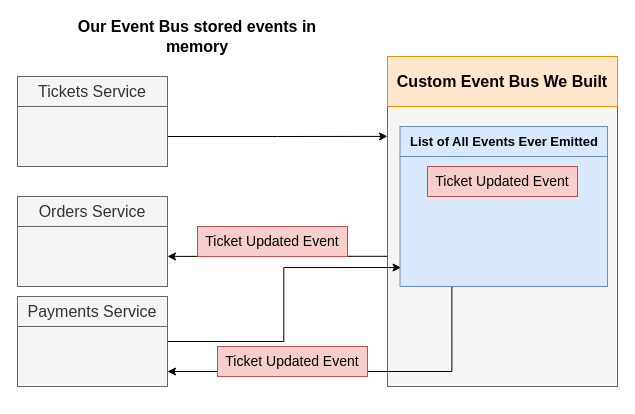
Above: page "05 - store" (10 of 19) of diagrams/05/11.drawio in HappySuzuki/microservices-cast (draw.io), before the change. Source tidied: cells renumbered, new cells numbered last; positions are measured from the earlier drawing's top-left corner, leaving out a move shared by most shapes. Both pictures are drawn from the tidied source at 100%, with x=0, y=0 at pixel (17, 26).
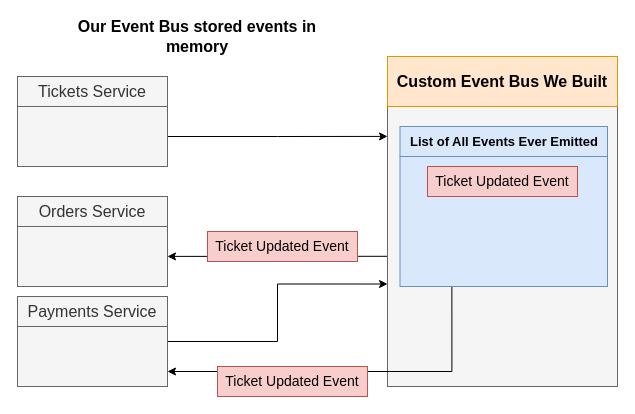
The same page after the edit.

Unchanged cells that the change refers to:
```xml
<mxCell id="6" style="rounded=0;whiteSpace=wrap;html=1;fillColor=#f5f5f5;strokeColor=#666666;fontColor=#333333;" parent="1" vertex="1">
  <mxGeometry x="370" y="80" width="230" height="280" as="geometry" />
</mxCell>
<mxCell id="13" style="rounded=0;whiteSpace=wrap;html=1;fillColor=#f5f5f5;strokeColor=#666666;fontColor=#333333;" parent="1" vertex="1">
  <mxGeometry y="300" width="150" height="60" as="geometry" />
</mxCell>
<mxCell id="17" style="rounded=0;whiteSpace=wrap;html=1;fontSize=13;align=center;fillColor=#dae8fc;strokeColor=#6c8ebf;fontStyle=1;" parent="1" vertex="1">
  <mxGeometry x="382.5" y="130" width="207.5" height="130" as="geometry" />
</mxCell>
```

What changed in the source:
```diff
@@
-    <mxCell id="9" value="Ticket Updated Event" style="rounded=0;whiteSpace=wrap;html=1;fontSize=14;fillColor=#f8cecc;strokeColor=#b85450;fontStyle=0;" parent="1" vertex="1">
-      <mxGeometry x="180" y="200" width="150" height="30" as="geometry" />
-    </mxCell>
@@
-    <mxCell id="12" style="edgeStyle=orthogonalEdgeStyle;rounded=0;jettySize=auto;html=1;exitX=1;exitY=0.25;exitDx=0;exitDy=0;entryX=0.005;entryY=0.854;entryDx=0;entryDy=0;entryPerimeter=0;fontSize=13;" parent="1" edge="1" source="13" target="17">
-      <mxGeometry relative="1" as="geometry" />
-    </mxCell>
+    <mxCell id="20" style="edgeStyle=orthogonalEdgeStyle;rounded=0;jettySize=auto;html=1;exitX=1;exitY=0.25;exitDx=0;exitDy=0;entryX=0;entryY=0.634;entryDx=0;entryDy=0;entryPerimeter=0;fontSize=21;" parent="1" edge="1" source="13" target="6">
+      <mxGeometry relative="1" as="geometry" />
+    </mxCell>
@@
-    <mxCell id="16" style="edgeStyle=orthogonalEdgeStyle;rounded=0;jettySize=auto;html=1;exitX=0.25;exitY=1;exitDx=0;exitDy=0;entryX=1;entryY=0.75;entryDx=0;entryDy=0;fontSize=13;" parent="1" edge="1" source="17" target="13">
+    <mxCell id="16" style="edgeStyle=orthogonalEdgeStyle;rounded=0;jettySize=auto;html=1;exitX=0.25;exitY=1;exitDx=0;exitDy=0;entryX=1;entryY=0.75;entryDx=0;entryDy=0;fontSize=21;" parent="1" edge="1" source="17" target="13">
       <mxGeometry relative="1" as="geometry" />
     </mxCell>
@@
-    <mxCell id="18" value="Ticket Updated Event" style="rounded=0;whiteSpace=wrap;html=1;fontSize=14;fillColor=#f8cecc;strokeColor=#b85450;fontStyle=0;" parent="1" vertex="1">
-      <mxGeometry x="410" y="140" width="150" height="30" as="geometry" />
-    </mxCell>
-    <mxCell id="19" value="Ticket Updated Event" style="rounded=0;whiteSpace=wrap;html=1;fontSize=14;fillColor=#f8cecc;strokeColor=#b85450;fontStyle=0;" parent="1" vertex="1">
-      <mxGeometry x="200" y="320" width="150" height="30" as="geometry" />
-    </mxCell>
+    <mxCell id="9" value="Ticket Updated Event" style="rounded=0;whiteSpace=wrap;html=1;fontSize=14;fillColor=#f8cecc;strokeColor=#b85450;fontStyle=0;" parent="1" vertex="1">
+      <mxGeometry x="410" y="140" width="150" height="30" as="geometry" />
+    </mxCell>
+    <mxCell id="21" value="Ticket Updated Event" style="rounded=0;whiteSpace=wrap;html=1;fontSize=14;fillColor=#f8cecc;strokeColor=#b85450;fontStyle=0;" parent="1" vertex="1">
+      <mxGeometry x="190" y="205" width="150" height="30" as="geometry" />
+    </mxCell>
+    <mxCell id="22" value="Ticket Updated Event" style="rounded=0;whiteSpace=wrap;html=1;fontSize=14;fillColor=#f8cecc;strokeColor=#b85450;fontStyle=0;" parent="1" vertex="1">
+      <mxGeometry x="200" y="340" width="150" height="30" as="geometry" />
+    </mxCell>
```
